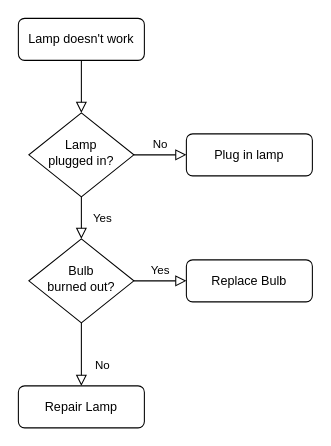
Earlier version of the draw.io diagram 未命名绘图.drawio (buhuizuocaigou/Goadforpython). Source tidied: cells renumbered, new cells numbered last; positions are measured from the earlier drawing's top-left corner, leaving out a move shared by most shapes. Both pictures are drawn from the tidied source at 105%, with x=0, y=0 at pixel (18, 18).
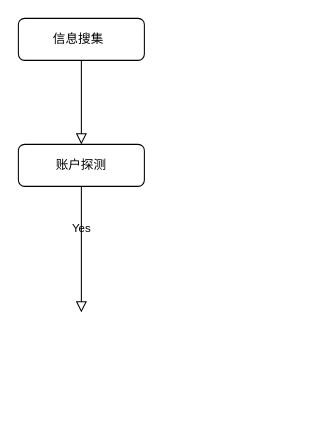
Above is the later version.

Commit message:
更新未命名绘图.drawio

Change to the diagram source:
```diff
@@
 <mxGraphModel>
   <root>
     <mxCell id="0" />
     <mxCell id="1" parent="0" />
-    <mxCell id="2" style="rounded=0;html=1;jettySize=auto;fontSize=11;endArrow=block;endFill=0;endSize=8;strokeWidth=1;shadow=0;labelBackgroundColor=none;edgeStyle=orthogonalEdgeStyle;" parent="1" edge="1" source="3" target="6">
-      <mxGeometry relative="1" as="geometry" />
+    <mxCell id="2" style="rounded=0;html=1;jettySize=auto;fontSize=11;endArrow=block;endFill=0;endSize=8;strokeWidth=1;shadow=0;labelBackgroundColor=none;edgeStyle=orthogonalEdgeStyle;" parent="1" edge="1" source="3">
+      <mxGeometry relative="1" as="geometry">
+        <mxPoint x="60" y="120" as="targetPoint" />
+      </mxGeometry>
     </mxCell>
-    <mxCell id="3" value="Lamp doesn't work" style="rounded=1;whiteSpace=wrap;html=1;fontSize=12;glass=0;strokeWidth=1;shadow=0;" parent="1" vertex="1">
+    <mxCell id="3" value="信息搜集&lt;span style=&quot;white-space: pre;&quot;&gt;&#9;&lt;/span&gt;" style="rounded=1;whiteSpace=wrap;html=1;fontSize=12;glass=0;strokeWidth=1;shadow=0;" parent="1" vertex="1">
       <mxGeometry width="120" height="40" as="geometry" />
     </mxCell>
-    <mxCell id="4" value="Yes" style="rounded=0;html=1;jettySize=auto;fontSize=11;endArrow=block;endFill=0;endSize=8;strokeWidth=1;shadow=0;labelBackgroundColor=none;edgeStyle=orthogonalEdgeStyle;" parent="1" edge="1" source="6" target="10">
-      <mxGeometry y="20" relative="1" as="geometry" />
+    <mxCell id="4" value="Yes" style="rounded=0;html=1;jettySize=auto;fontSize=11;endArrow=block;endFill=0;endSize=8;strokeWidth=1;shadow=0;labelBackgroundColor=none;edgeStyle=orthogonalEdgeStyle;exitX=0.5;exitY=1;exitDx=0;exitDy=0;" parent="1" edge="1" source="7">
+      <mxGeometry y="20" relative="1" as="geometry">
+        <mxPoint x="60" y="280" as="targetPoint" />
+      </mxGeometry>
     </mxCell>
-    <mxCell id="5" value="No" style="edgeStyle=orthogonalEdgeStyle;rounded=0;html=1;jettySize=auto;fontSize=11;endArrow=block;endFill=0;endSize=8;strokeWidth=1;shadow=0;labelBackgroundColor=none;" parent="1" edge="1" source="6" target="7">
-      <mxGeometry y="10" relative="1" as="geometry" />
-    </mxCell>
-    <mxCell id="6" value="Lamp&lt;br&gt;plugged in?" style="rhombus;whiteSpace=wrap;html=1;shadow=0;fontFamily=Helvetica;fontSize=12;align=center;strokeWidth=1;spacing=6;spacingTop=-4;" parent="1" vertex="1">
-      <mxGeometry x="10" y="90" width="100" height="80" as="geometry" />
-    </mxCell>
-    <mxCell id="7" value="Plug in lamp" style="rounded=1;whiteSpace=wrap;html=1;fontSize=12;glass=0;strokeWidth=1;shadow=0;" parent="1" vertex="1">
-      <mxGeometry x="160" y="110" width="120" height="40" as="geometry" />
+    <mxCell id="7" value="账户探测" style="rounded=1;whiteSpace=wrap;html=1;fontSize=12;glass=0;strokeWidth=1;shadow=0;" parent="1" vertex="1">
+      <mxGeometry y="120" width="120" height="40" as="geometry" />
     </mxCell>
-    <mxCell id="8" value="No" style="rounded=0;html=1;jettySize=auto;fontSize=11;endArrow=block;endFill=0;endSize=8;strokeWidth=1;shadow=0;labelBackgroundColor=none;edgeStyle=orthogonalEdgeStyle;" parent="1" edge="1" source="10" target="11">
-      <mxGeometry x="0.33" y="20" relative="1" as="geometry" />
-    </mxCell>
-    <mxCell id="9" value="Yes" style="edgeStyle=orthogonalEdgeStyle;rounded=0;html=1;jettySize=auto;fontSize=11;endArrow=block;endFill=0;endSize=8;strokeWidth=1;shadow=0;labelBackgroundColor=none;" parent="1" edge="1" source="10" target="12">
-      <mxGeometry y="10" relative="1" as="geometry" />
-    </mxCell>
-    <mxCell id="10" value="Bulb&lt;br&gt;burned out?" style="rhombus;whiteSpace=wrap;html=1;shadow=0;fontFamily=Helvetica;fontSize=12;align=center;strokeWidth=1;spacing=6;spacingTop=-4;" parent="1" vertex="1">
-      <mxGeometry x="10" y="210" width="100" height="80" as="geometry" />
-    </mxCell>
-    <mxCell id="11" value="Repair Lamp" style="rounded=1;whiteSpace=wrap;html=1;fontSize=12;glass=0;strokeWidth=1;shadow=0;" parent="1" vertex="1">
-      <mxGeometry y="350" width="120" height="40" as="geometry" />
-    </mxCell>
-    <mxCell id="12" value="Replace Bulb" style="rounded=1;whiteSpace=wrap;html=1;fontSize=12;glass=0;strokeWidth=1;shadow=0;" parent="1" vertex="1">
-      <mxGeometry x="160" y="230" width="120" height="40" as="geometry" />
-    </mxCell>
   </root>
 </mxGraphModel>
```
